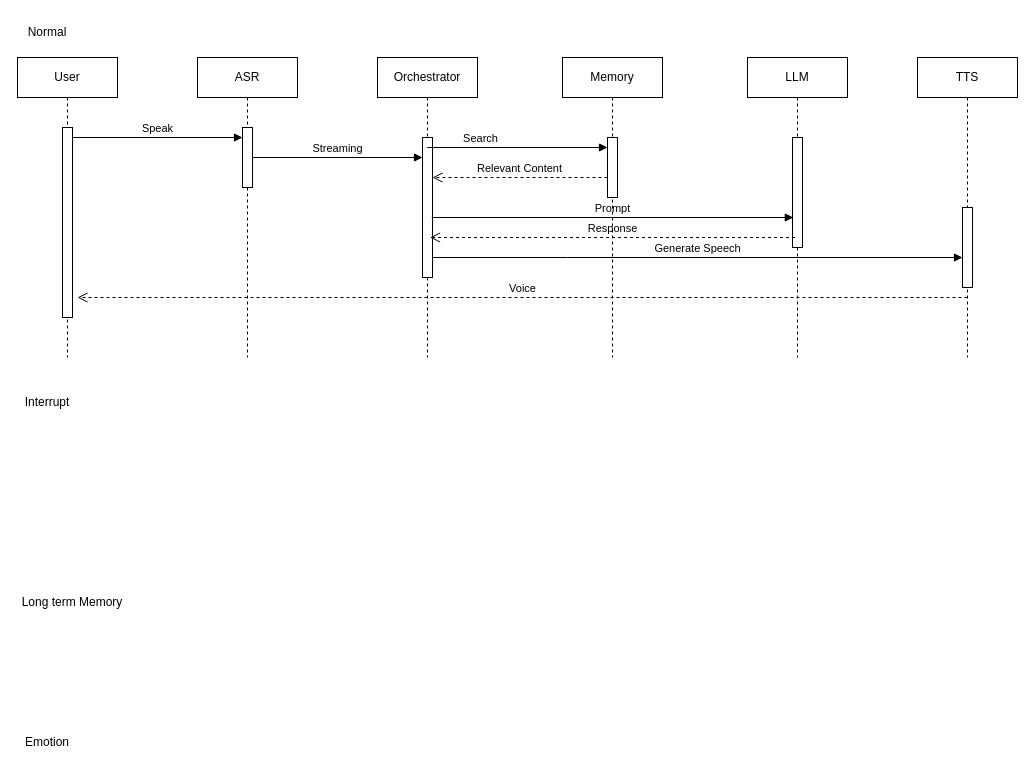
Earlier version of the draw.io diagram Sequence Diagram.drawio (2ha-K/conversation-engine). Source tidied: cells renumbered, new cells numbered last; positions are measured from the earlier drawing's top-left corner, leaving out a move shared by most shapes. Both pictures are drawn from the tidied source at 100%, with x=0, y=0 at pixel (17, 17).
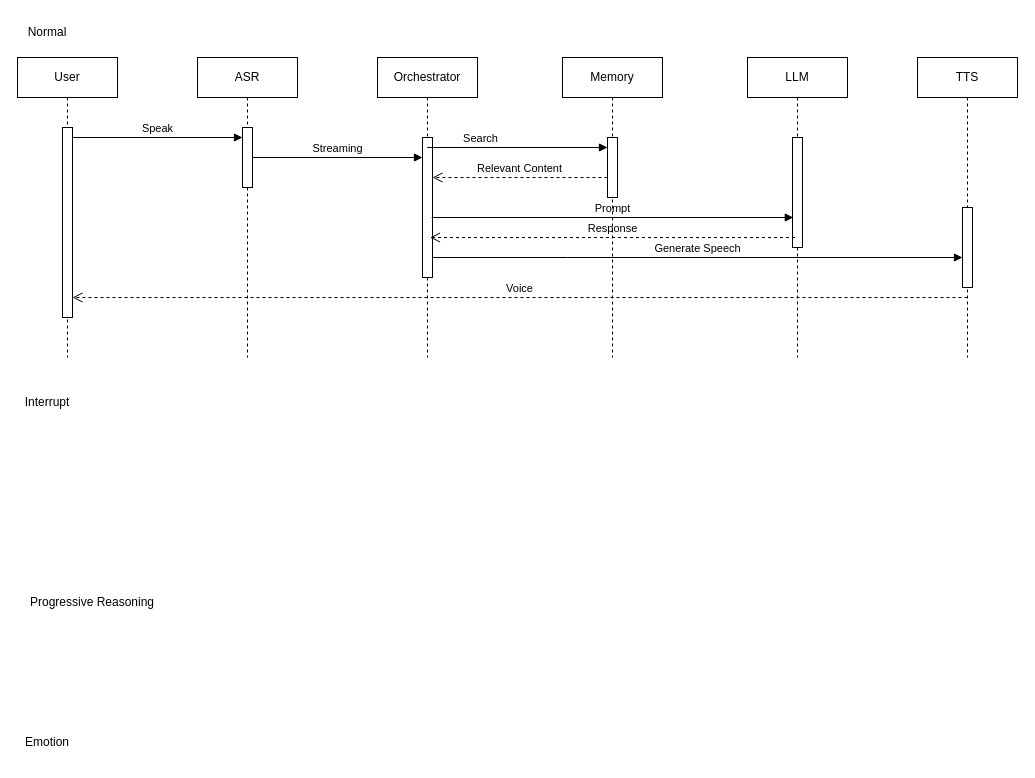
The same page after the edit.

The change refers to these unchanged cells:
```xml
<mxCell id="3" style="html=1;points=[[0,0,0,0,5],[0,1,0,0,-5],[1,0,0,0,5],[1,1,0,0,-5]];perimeter=orthogonalPerimeter;outlineConnect=0;targetShapes=umlLifeline;portConstraint=eastwest;newEdgeStyle={&quot;curved&quot;:0,&quot;rounded&quot;:0};" parent="2" vertex="1">
  <mxGeometry x="45" y="70" width="10" height="190" as="geometry" />
</mxCell>
```

What changed in the source:
```diff
@@
-    <mxCell id="21" value="Voice" style="html=1;verticalAlign=bottom;endArrow=open;dashed=1;endSize=8;curved=0;rounded=0;" parent="1" edge="1">
+    <mxCell id="21" value="Voice" style="html=1;verticalAlign=bottom;endArrow=open;dashed=1;endSize=8;curved=0;rounded=0;" parent="1" edge="1" target="3">
       <mxGeometry relative="1" as="geometry">
         <mxPoint x="950" y="280" as="sourcePoint" />
-        <mxPoint x="60" y="280" as="targetPoint" />
         <Array as="points">
           <mxPoint x="575" y="280" />
         </Array>
       </mxGeometry>
     </mxCell>
@@
-    <mxCell id="24" value="&lt;p&gt;Long term Memory&lt;/p&gt;" style="text;html=1;whiteSpace=wrap;strokeColor=none;fillColor=none;align=center;verticalAlign=middle;rounded=0;" parent="1" vertex="1">
-      <mxGeometry y="570" width="110" height="30" as="geometry" />
+    <mxCell id="24" value="&lt;p&gt;Progressive Reasoning&lt;/p&gt;" style="text;html=1;whiteSpace=wrap;strokeColor=none;fillColor=none;align=center;verticalAlign=middle;rounded=0;" parent="1" vertex="1">
+      <mxGeometry y="570" width="150" height="30" as="geometry" />
     </mxCell>
```
